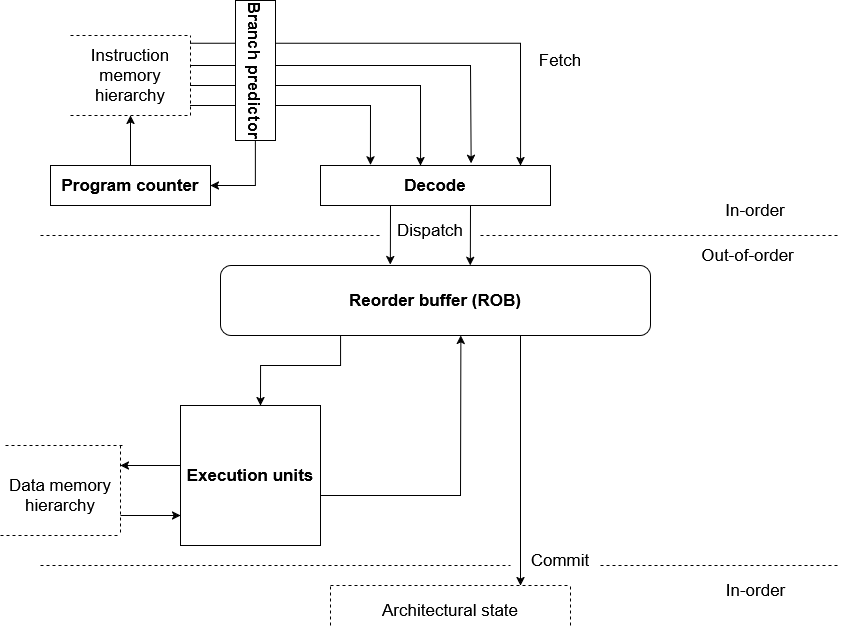
Above: verslag/figures/ooo_pipeline.png in tobedebrabander/VOP_verslag (draw.io), before the change. Source tidied: cells renumbered, new cells last; positions are measured from the earlier drawing's top-left corner, leaving out a move shared by most shapes.
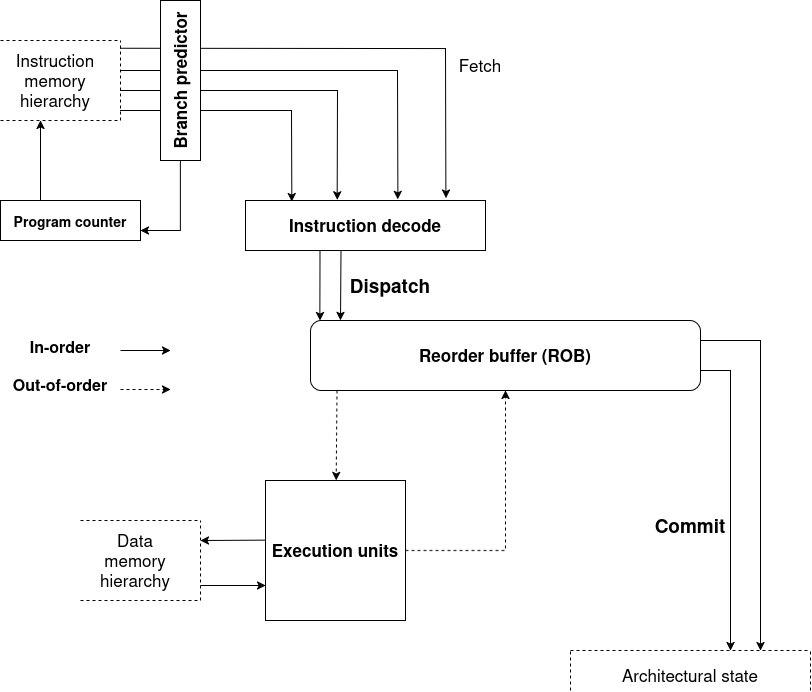
After the change.

Commit message:
Context section up until "Onderbrekingen van de ideal instructiestroom" reviewed and improved

Change to the diagram source:
```diff
@@ -4,208 +4,200 @@
     <mxCell id="1" parent="0" />
     <mxCell id="2" style="endArrow=none;dashed=1;html=1;rounded=0;" parent="1" edge="1">
       <mxGeometry relative="1" as="geometry">
-        <mxPoint x="70" as="sourcePoint" />
-        <mxPoint x="190" as="targetPoint" />
+        <mxPoint x="10" y="-70" as="sourcePoint" />
+        <mxPoint x="130" y="-70" as="targetPoint" />
       </mxGeometry>
     </mxCell>
     <mxCell id="3" style="endArrow=none;dashed=1;html=1;rounded=0;" parent="1" edge="1">
       <mxGeometry relative="1" as="geometry">
-        <mxPoint x="190" y="80" as="sourcePoint" />
-        <mxPoint x="190" as="targetPoint" />
+        <mxPoint x="130" y="10" as="sourcePoint" />
+        <mxPoint x="130" y="-70" as="targetPoint" />
       </mxGeometry>
     </mxCell>
     <mxCell id="4" style="endArrow=none;dashed=1;html=1;rounded=0;" parent="1" edge="1">
       <mxGeometry relative="1" as="geometry">
-        <mxPoint x="70" y="80" as="sourcePoint" />
-        <mxPoint x="190" y="80" as="targetPoint" />
+        <mxPoint x="10" y="10" as="sourcePoint" />
+        <mxPoint x="130" y="10" as="targetPoint" />
       </mxGeometry>
     </mxCell>
     <mxCell id="5" value="Instruction memory hierarchy" style="text;html=1;whiteSpace=wrap;strokeColor=none;fillColor=none;align=center;verticalAlign=middle;rounded=0;fontSize=17;fontStyle=0;" parent="1" vertex="1">
-      <mxGeometry x="75" y="10" width="110" height="60" as="geometry" />
+      <mxGeometry x="20" y="-60" width="90" height="60" as="geometry" />
     </mxCell>
-    <mxCell id="6" value="&lt;b&gt;Decode&lt;/b&gt;" style="rounded=0;whiteSpace=wrap;html=1;fontSize=17;" parent="1" vertex="1">
-      <mxGeometry x="320" y="130" width="230" height="40" as="geometry" />
+    <mxCell id="6" value="&lt;b&gt;Instruction decode&lt;/b&gt;" style="rounded=0;whiteSpace=wrap;html=1;fontSize=17;" parent="1" vertex="1">
+      <mxGeometry x="255" y="90" width="240" height="50" as="geometry" />
     </mxCell>
-    <mxCell id="7" style="endArrow=classic;html=1;rounded=0;entryX=0.87;entryY=0;entryDx=0;entryDy=0;entryPerimeter=0;" parent="1" edge="1" target="6">
+    <mxCell id="7" style="endArrow=classic;html=1;rounded=0;entryX=0.835;entryY=-0.045;entryDx=0;entryDy=0;entryPerimeter=0;" parent="1" edge="1" target="6">
       <mxGeometry relative="1" as="geometry">
-        <mxPoint x="190" y="7.7" as="sourcePoint" />
+        <mxPoint x="130" y="-62.3" as="sourcePoint" />
         <Array as="points">
-          <mxPoint x="520" y="7.7" />
+          <mxPoint x="455" y="-62" />
         </Array>
       </mxGeometry>
     </mxCell>
-    <mxCell id="8" style="endArrow=classic;html=1;rounded=0;entryX=0.655;entryY=-0.051;entryDx=0;entryDy=0;entryPerimeter=0;" parent="1" edge="1" target="6">
+    <mxCell id="8" style="endArrow=classic;html=1;rounded=0;entryX=0.635;entryY=-0.022;entryDx=0;entryDy=0;entryPerimeter=0;" parent="1" edge="1" target="6">
       <mxGeometry relative="1" as="geometry">
-        <mxPoint x="190" y="30" as="sourcePoint" />
+        <mxPoint x="130" y="-40" as="sourcePoint" />
         <Array as="points">
-          <mxPoint x="470" y="30" />
+          <mxPoint x="407" y="-40" />
         </Array>
       </mxGeometry>
     </mxCell>
-    <mxCell id="9" style="endArrow=classic;html=1;rounded=0;entryX=0.435;entryY=0;entryDx=0;entryDy=0;entryPerimeter=0;" parent="1" edge="1" target="6">
+    <mxCell id="9" style="endArrow=classic;html=1;rounded=0;entryX=0.382;entryY=-0.011;entryDx=0;entryDy=0;entryPerimeter=0;" parent="1" edge="1" target="6">
       <mxGeometry relative="1" as="geometry">
-        <mxPoint x="190" y="50" as="sourcePoint" />
+        <mxPoint x="130" y="-20" as="sourcePoint" />
         <Array as="points">
-          <mxPoint x="420" y="50" />
+          <mxPoint x="347" y="-20" />
         </Array>
       </mxGeometry>
     </mxCell>
-    <mxCell id="10" style="endArrow=classic;html=1;rounded=0;entryX=0.217;entryY=-0.017;entryDx=0;entryDy=0;entryPerimeter=0;" parent="1" edge="1" target="6">
+    <mxCell id="10" style="endArrow=classic;html=1;rounded=0;entryX=0.193;entryY=0.023;entryDx=0;entryDy=0;entryPerimeter=0;" parent="1" edge="1" target="6">
       <mxGeometry relative="1" as="geometry">
-        <mxPoint x="190" y="70" as="sourcePoint" />
+        <mxPoint x="130" as="sourcePoint" />
         <Array as="points">
-          <mxPoint x="370" y="70" />
+          <mxPoint x="301" />
         </Array>
       </mxGeometry>
     </mxCell>
     <mxCell id="11" value="&lt;b&gt;Reorder buffer (ROB)&lt;/b&gt;" style="rounded=1;whiteSpace=wrap;html=1;fontSize=17;" parent="1" vertex="1">
-      <mxGeometry x="220" y="230" width="430" height="70" as="geometry" />
+      <mxGeometry x="320" y="210" width="390" height="70" as="geometry" />
     </mxCell>
-    <mxCell id="12" style="endArrow=classic;html=1;rounded=0;entryX=0.395;entryY=-0.011;entryDx=0;entryDy=0;entryPerimeter=0;" parent="1" edge="1" target="11">
-      <mxGeometry relative="1" as="geometry">
-        <mxPoint x="390" y="170" as="sourcePoint" />
-      </mxGeometry>
-    </mxCell>
-    <mxCell id="13" style="endArrow=classic;html=1;rounded=0;entryX=0.581;entryY=0;entryDx=0;entryDy=0;entryPerimeter=0;" parent="1" edge="1" target="11">
+    <mxCell id="13" style="endArrow=classic;html=1;rounded=0;entryX=0.024;entryY=0;entryDx=0;entryDy=0;entryPerimeter=0;" parent="1" edge="1" target="11">
       <mxGeometry relative="1" as="geometry">
-        <mxPoint x="470" y="170" as="sourcePoint" />
+        <mxPoint x="329.5" y="140" as="sourcePoint" />
       </mxGeometry>
     </mxCell>
     <mxCell id="14" value="&lt;b&gt;Execution units&lt;/b&gt;" style="whiteSpace=wrap;html=1;fontSize=17;" parent="1" vertex="1">
-      <mxGeometry x="180" y="370" width="140" height="140" as="geometry" />
+      <mxGeometry x="275" y="370" width="140" height="140" as="geometry" />
     </mxCell>
     <mxCell id="15" style="endArrow=none;dashed=1;html=1;rounded=0;" parent="1" edge="1">
       <mxGeometry relative="1" as="geometry">
-        <mxPoint x="330" y="590" as="sourcePoint" />
-        <mxPoint x="330" y="550" as="targetPoint" />
+        <mxPoint x="580" y="580" as="sourcePoint" />
+        <mxPoint x="580" y="540" as="targetPoint" />
       </mxGeometry>
     </mxCell>
     <mxCell id="16" style="endArrow=none;dashed=1;html=1;rounded=0;" parent="1" edge="1">
       <mxGeometry relative="1" as="geometry">
-        <mxPoint x="330" y="550" as="sourcePoint" />
-        <mxPoint x="570" y="550" as="targetPoint" />
+        <mxPoint x="580" y="540" as="sourcePoint" />
+        <mxPoint x="820" y="540" as="targetPoint" />
       </mxGeometry>
     </mxCell>
     <mxCell id="17" style="endArrow=none;dashed=1;html=1;rounded=0;" parent="1" edge="1">
       <mxGeometry relative="1" as="geometry">
-        <mxPoint x="570" y="590" as="sourcePoint" />
-        <mxPoint x="570" y="550" as="targetPoint" />
+        <mxPoint x="820" y="580" as="sourcePoint" />
+        <mxPoint x="820" y="540" as="targetPoint" />
       </mxGeometry>
     </mxCell>
-    <mxCell id="18" value="&lt;div&gt;Architectural state&lt;/div&gt;" style="text;html=1;whiteSpace=wrap;strokeColor=none;fillColor=none;align=center;verticalAlign=middle;rounded=0;fontSize=17;" parent="1" vertex="1">
-      <mxGeometry x="360" y="560" width="180" height="30" as="geometry" />
+    <mxCell id="18" value="Architectural state" style="text;html=1;whiteSpace=wrap;strokeColor=none;fillColor=none;align=center;verticalAlign=middle;rounded=0;fontSize=17;" parent="1" vertex="1">
+      <mxGeometry x="610" y="550" width="180" height="30" as="geometry" />
     </mxCell>
-    <mxCell id="19" style="endArrow=classic;html=1;rounded=0;" parent="1" edge="1">
-      <mxGeometry relative="1" as="geometry">
-        <mxPoint x="520" y="300" as="sourcePoint" />
-        <mxPoint x="520" y="550" as="targetPoint" />
-      </mxGeometry>
-    </mxCell>
-    <mxCell id="20" style="endArrow=classic;html=1;rounded=0;entryX=0.559;entryY=0.998;entryDx=0;entryDy=0;entryPerimeter=0;" parent="1" edge="1" target="11">
-      <mxGeometry relative="1" as="geometry">
-        <mxPoint x="320" y="460" as="sourcePoint" />
-        <Array as="points">
-          <mxPoint x="460" y="460" />
-        </Array>
-      </mxGeometry>
-    </mxCell>
-    <mxCell id="21" style="endArrow=classic;html=1;rounded=0;entryX=0.571;entryY=0.001;entryDx=0;entryDy=0;entryPerimeter=0;" parent="1" edge="1" target="14">
-      <mxGeometry relative="1" as="geometry">
-        <mxPoint x="340" y="300" as="sourcePoint" />
-        <Array as="points">
-          <mxPoint x="340" y="330" />
-          <mxPoint x="260" y="330" />
-        </Array>
-      </mxGeometry>
-    </mxCell>
     <mxCell id="22" value="Fetch" style="text;html=1;whiteSpace=wrap;strokeColor=none;fillColor=none;align=center;verticalAlign=middle;rounded=0;fontSize=17;" parent="1" vertex="1">
-      <mxGeometry x="530" y="10" width="60" height="30" as="geometry" />
+      <mxGeometry x="460" y="-60" width="60" height="30" as="geometry" />
     </mxCell>
-    <mxCell id="23" value="Dispatch" style="text;html=1;whiteSpace=wrap;strokeColor=none;fillColor=none;align=center;verticalAlign=middle;rounded=0;fontSize=17;" parent="1" vertex="1">
-      <mxGeometry x="400" y="180" width="60" height="30" as="geometry" />
+    <mxCell id="23" value="&lt;b&gt;&lt;font style=&quot;font-size: 19px;&quot;&gt;Dispatch&lt;/font&gt;&lt;/b&gt;" style="text;html=1;whiteSpace=wrap;strokeColor=none;fillColor=none;align=center;verticalAlign=middle;rounded=0;fontSize=17;" parent="1" vertex="1">
+      <mxGeometry x="370" y="160" width="60" height="30" as="geometry" />
     </mxCell>
+    <mxCell id="42" style="endArrow=classic;html=1;rounded=0;" parent="1" edge="1">
+      <mxGeometry relative="1" as="geometry">
+        <mxPoint x="710" y="260" as="sourcePoint" />
+        <mxPoint x="740" y="540" as="targetPoint" />
+        <Array as="points">
+          <mxPoint x="740" y="260" />
+        </Array>
+      </mxGeometry>
+    </mxCell>
+    <mxCell id="43" style="endArrow=classic;html=1;rounded=0;" parent="1" edge="1">
+      <mxGeometry relative="1" as="geometry">
+        <mxPoint x="710" y="230" as="sourcePoint" />
+        <mxPoint x="770" y="540" as="targetPoint" />
+        <Array as="points">
+          <mxPoint x="770" y="230" />
+        </Array>
+      </mxGeometry>
+    </mxCell>
-    <mxCell id="24" value="&lt;font style=&quot;font-size: 17px;&quot;&gt;Commit&lt;/font&gt;" style="text;html=1;whiteSpace=wrap;strokeColor=none;fillColor=none;align=center;verticalAlign=middle;rounded=0;" parent="1" vertex="1">
-      <mxGeometry x="530" y="510" width="60" height="30" as="geometry" />
+    <mxCell id="24" value="&lt;font style=&quot;font-size: 19px;&quot;&gt;&lt;b&gt;Commit&lt;/b&gt;&lt;/font&gt;" style="text;html=1;whiteSpace=wrap;strokeColor=none;fillColor=none;align=center;verticalAlign=middle;rounded=0;fontSize=17;" parent="1" vertex="1">
+      <mxGeometry x="670" y="400" width="60" height="30" as="geometry" />
     </mxCell>
-    <mxCell id="25" style="endArrow=none;dashed=1;html=1;rounded=0;" parent="1" edge="1">
-      <mxGeometry relative="1" as="geometry">
-        <mxPoint x="40" y="200" as="sourcePoint" />
-        <mxPoint x="380" y="200" as="targetPoint" />
-      </mxGeometry>
-    </mxCell>
-    <mxCell id="26" style="endArrow=none;dashed=1;html=1;rounded=0;" parent="1" edge="1">
-      <mxGeometry relative="1" as="geometry">
-        <mxPoint x="480" y="200" as="sourcePoint" />
-        <mxPoint x="840" y="200" as="targetPoint" />
-      </mxGeometry>
-    </mxCell>
-    <mxCell id="27" value="In-order" style="text;html=1;whiteSpace=wrap;strokeColor=none;fillColor=none;align=center;verticalAlign=middle;rounded=0;fontSize=17;" parent="1" vertex="1">
-      <mxGeometry x="710" y="160" width="90" height="30" as="geometry" />
-    </mxCell>
-    <mxCell id="28" style="endArrow=none;dashed=1;html=1;rounded=0;" parent="1" edge="1">
-      <mxGeometry relative="1" as="geometry">
-        <mxPoint x="40" y="530" as="sourcePoint" />
-        <mxPoint x="510" y="530" as="targetPoint" />
-      </mxGeometry>
-    </mxCell>
-    <mxCell id="29" style="endArrow=none;dashed=1;html=1;rounded=0;" parent="1" edge="1">
-      <mxGeometry relative="1" as="geometry">
-        <mxPoint x="600" y="530" as="sourcePoint" />
-        <mxPoint x="840" y="530" as="targetPoint" />
-      </mxGeometry>
-    </mxCell>
-    <mxCell id="30" value="Out-of-order" style="text;html=1;whiteSpace=wrap;strokeColor=none;fillColor=none;align=center;verticalAlign=middle;rounded=0;fontSize=17;" parent="1" vertex="1">
-      <mxGeometry x="700" y="210" width="95" height="20" as="geometry" />
-    </mxCell>
-    <mxCell id="31" value="In-order" style="text;html=1;whiteSpace=wrap;strokeColor=none;fillColor=none;align=center;verticalAlign=middle;rounded=0;fontSize=17;" parent="1" vertex="1">
-      <mxGeometry x="717.5" y="540" width="75" height="30" as="geometry" />
-    </mxCell>
-    <mxCell id="32" style="edgeStyle=orthogonalEdgeStyle;rounded=0;jettySize=auto;html=1;exitX=0.5;exitY=0;exitDx=0;exitDy=0;" parent="1" edge="1" source="33">
-      <mxGeometry relative="1" as="geometry">
-        <mxPoint x="130" y="80" as="targetPoint" />
-      </mxGeometry>
-    </mxCell>
+    <mxCell id="35" value="&lt;b&gt;Branch predictor&lt;/b&gt;" style="rounded=0;whiteSpace=wrap;html=1;fontSize=17;rotation=-90;" parent="1" vertex="1">
+      <mxGeometry x="110" y="-50" width="160" height="40" as="geometry" />
+    </mxCell>
-    <mxCell id="33" value="&lt;b&gt;Program counter&lt;/b&gt;" style="rounded=0;whiteSpace=wrap;html=1;fontSize=17;" parent="1" vertex="1">
-      <mxGeometry x="50" y="130" width="160" height="40" as="geometry" />
+    <mxCell id="33" value="&lt;font style=&quot;font-size: 14px;&quot;&gt;&lt;b&gt;Program counter&lt;/b&gt;&lt;/font&gt;" style="rounded=0;whiteSpace=wrap;html=1;fontSize=17;rotation=0;" parent="1" vertex="1">
+      <mxGeometry x="10" y="90" width="140" height="40" as="geometry" />
     </mxCell>
-    <mxCell id="34" style="edgeStyle=orthogonalEdgeStyle;rounded=0;jettySize=auto;html=1;exitX=1;exitY=0.5;exitDx=0;exitDy=0;entryX=1;entryY=0.5;entryDx=0;entryDy=0;" parent="1" edge="1" source="35" target="33">
-      <mxGeometry relative="1" as="geometry" />
-    </mxCell>
-    <mxCell id="35" value="&lt;b&gt;Branch predictor&lt;/b&gt;" style="rounded=0;whiteSpace=wrap;html=1;fontSize=17;rotation=90;" parent="1" vertex="1">
-      <mxGeometry x="185" y="15" width="140" height="40" as="geometry" />
-    </mxCell>
-    <mxCell id="36" style="endArrow=none;dashed=1;html=1;rounded=0;" parent="1" edge="1">
-      <mxGeometry relative="1" as="geometry">
-        <mxPoint x="5" y="410" as="sourcePoint" />
-        <mxPoint x="125" y="410" as="targetPoint" />
-      </mxGeometry>
-    </mxCell>
-    <mxCell id="37" style="endArrow=none;dashed=1;html=1;rounded=0;" parent="1" edge="1">
-      <mxGeometry relative="1" as="geometry">
-        <mxPoint x="120" y="410" as="sourcePoint" />
-        <mxPoint x="120" y="500" as="targetPoint" />
-      </mxGeometry>
-    </mxCell>
-    <mxCell id="38" style="endArrow=none;dashed=1;html=1;rounded=0;" parent="1" edge="1">
-      <mxGeometry relative="1" as="geometry">
-        <mxPoint y="500" as="sourcePoint" />
-        <mxPoint x="120" y="500" as="targetPoint" />
-      </mxGeometry>
-    </mxCell>
+    <mxCell id="44" style="endArrow=classic;html=1;rounded=0;entryX=0.024;entryY=0;entryDx=0;entryDy=0;entryPerimeter=0;" parent="1" edge="1">
+      <mxGeometry relative="1" as="geometry">
+        <mxPoint x="350.5" y="140" as="sourcePoint" />
+        <mxPoint x="350" y="210" as="targetPoint" />
+      </mxGeometry>
+    </mxCell>
+    <mxCell id="45" style="endArrow=none;dashed=1;html=1;rounded=0;" parent="1" edge="1">
+      <mxGeometry relative="1" as="geometry">
+        <mxPoint x="90" y="410" as="sourcePoint" />
+        <mxPoint x="210" y="410" as="targetPoint" />
+      </mxGeometry>
+    </mxCell>
+    <mxCell id="46" style="endArrow=none;dashed=1;html=1;rounded=0;" parent="1" edge="1">
+      <mxGeometry relative="1" as="geometry">
+        <mxPoint x="210" y="490" as="sourcePoint" />
+        <mxPoint x="210" y="410" as="targetPoint" />
+      </mxGeometry>
+    </mxCell>
+    <mxCell id="47" style="endArrow=none;dashed=1;html=1;rounded=0;" parent="1" edge="1">
+      <mxGeometry relative="1" as="geometry">
+        <mxPoint x="90" y="490" as="sourcePoint" />
+        <mxPoint x="210" y="490" as="targetPoint" />
+      </mxGeometry>
+    </mxCell>
     <mxCell id="39" value="Data memory hierarchy" style="text;html=1;whiteSpace=wrap;strokeColor=none;fillColor=none;align=center;verticalAlign=middle;rounded=0;fontSize=17;fontStyle=0;" parent="1" vertex="1">
-      <mxGeometry x="5" y="430" width="110" height="60" as="geometry" />
+      <mxGeometry x="100" y="420" width="90" height="60" as="geometry" />
     </mxCell>
-    <mxCell id="40" style="endArrow=classic;html=1;rounded=0;" parent="1" edge="1">
-      <mxGeometry relative="1" as="geometry">
-        <mxPoint x="180" y="430" as="sourcePoint" />
-        <mxPoint x="120" y="430" as="targetPoint" />
-      </mxGeometry>
-    </mxCell>
-    <mxCell id="41" style="endArrow=classic;html=1;rounded=0;" parent="1" edge="1">
-      <mxGeometry relative="1" as="geometry">
-        <mxPoint x="120" y="480" as="sourcePoint" />
-        <mxPoint x="180" y="480" as="targetPoint" />
-      </mxGeometry>
-    </mxCell>
+    <mxCell id="48" style="endArrow=classic;html=1;rounded=0;exitX=0.068;exitY=1;exitDx=0;exitDy=0;exitPerimeter=0;dashed=1;" parent="1" edge="1" source="11" target="14">
+      <mxGeometry relative="1" as="geometry" />
+    </mxCell>
+    <mxCell id="49" style="endArrow=classic;html=1;rounded=0;entryX=0.5;entryY=1;entryDx=0;entryDy=0;exitX=1;exitY=0.5;exitDx=0;exitDy=0;dashed=1;" parent="1" edge="1" source="14" target="11">
+      <mxGeometry relative="1" as="geometry">
+        <Array as="points">
+          <mxPoint x="515" y="440" />
+        </Array>
+      </mxGeometry>
+    </mxCell>
+    <mxCell id="50" style="endArrow=classic;html=1;rounded=0;exitX=0.002;exitY=0.426;exitDx=0;exitDy=0;exitPerimeter=0;" parent="1" edge="1" source="14">
+      <mxGeometry relative="1" as="geometry">
+        <mxPoint x="210" y="430" as="targetPoint" />
+      </mxGeometry>
+    </mxCell>
+    <mxCell id="51" style="endArrow=classic;html=1;rounded=0;entryX=0;entryY=0.75;entryDx=0;entryDy=0;" parent="1" edge="1" target="14">
+      <mxGeometry relative="1" as="geometry">
+        <mxPoint x="210" y="475" as="sourcePoint" />
+      </mxGeometry>
+    </mxCell>
+    <mxCell id="52" style="endArrow=classic;html=1;rounded=0;entryX=1;entryY=0.75;entryDx=0;entryDy=0;" parent="1" edge="1" target="33">
+      <mxGeometry relative="1" as="geometry">
+        <mxPoint x="190" y="50" as="sourcePoint" />
+        <Array as="points">
+          <mxPoint x="190" y="120" />
+        </Array>
+      </mxGeometry>
+    </mxCell>
+    <mxCell id="53" style="endArrow=classic;html=1;rounded=0;" parent="1" edge="1">
+      <mxGeometry relative="1" as="geometry">
+        <mxPoint x="50" y="90" as="sourcePoint" />
+        <mxPoint x="50" y="10" as="targetPoint" />
+      </mxGeometry>
+    </mxCell>
+    <mxCell id="54" value="&lt;div&gt;&lt;font style=&quot;font-size: 16px;&quot;&gt;&lt;b&gt;In-order&lt;/b&gt;&lt;/font&gt;&lt;/div&gt;&lt;div&gt;&lt;font style=&quot;font-size: 16px;&quot;&gt;&lt;b&gt;&lt;br&gt;&lt;/b&gt;&lt;/font&gt;&lt;/div&gt;&lt;div&gt;&lt;font style=&quot;font-size: 16px;&quot;&gt;&lt;b&gt;Out-of-order&lt;/b&gt;&lt;/font&gt;&lt;/div&gt;" style="text;html=1;whiteSpace=wrap;strokeColor=none;fillColor=none;align=center;verticalAlign=middle;rounded=0;" parent="1" vertex="1">
+      <mxGeometry x="20" y="230" width="100" height="50" as="geometry" />
+    </mxCell>
+    <mxCell id="55" style="endArrow=classic;html=1;rounded=0;" parent="1" edge="1">
+      <mxGeometry relative="1" as="geometry">
+        <mxPoint x="130" y="240" as="sourcePoint" />
+        <mxPoint x="180" y="240" as="targetPoint" />
+      </mxGeometry>
+    </mxCell>
+    <mxCell id="56" style="endArrow=classic;html=1;rounded=0;dashed=1;" parent="1" edge="1">
+      <mxGeometry relative="1" as="geometry">
+        <mxPoint x="130" y="279" as="sourcePoint" />
+        <mxPoint x="180" y="279" as="targetPoint" />
+      </mxGeometry>
+    </mxCell>
   </root>
 </mxGraphModel>
```
